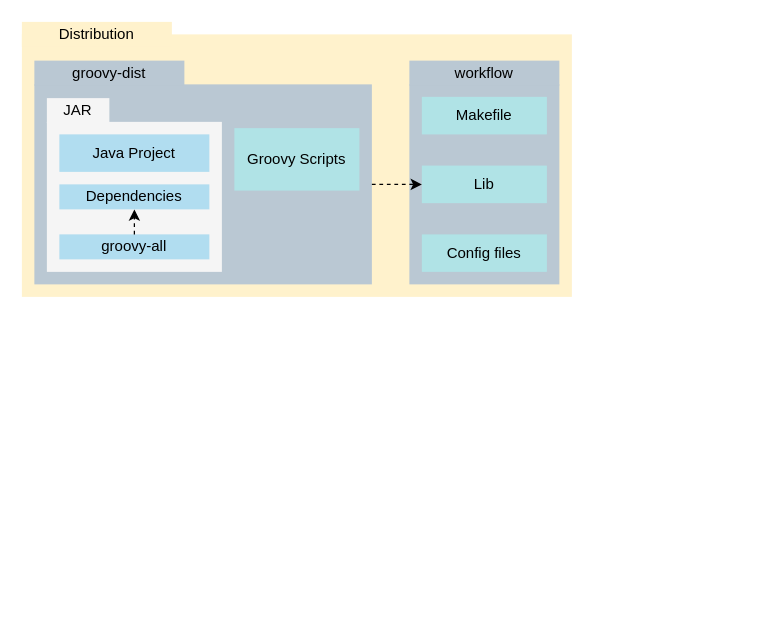
This is docs/src/docs/asciidoc/img/distribution-structure.drawio.xml from culturegraph/culturegraph-workflow, a draw.io file, before an edit. Source tidied: cells renumbered, new cells numbered last; positions are measured from the earlier drawing's top-left corner, leaving out a move shared by most shapes. Both pictures are drawn from the tidied source at 125%, with x=0, y=0 at pixel (21, 21).
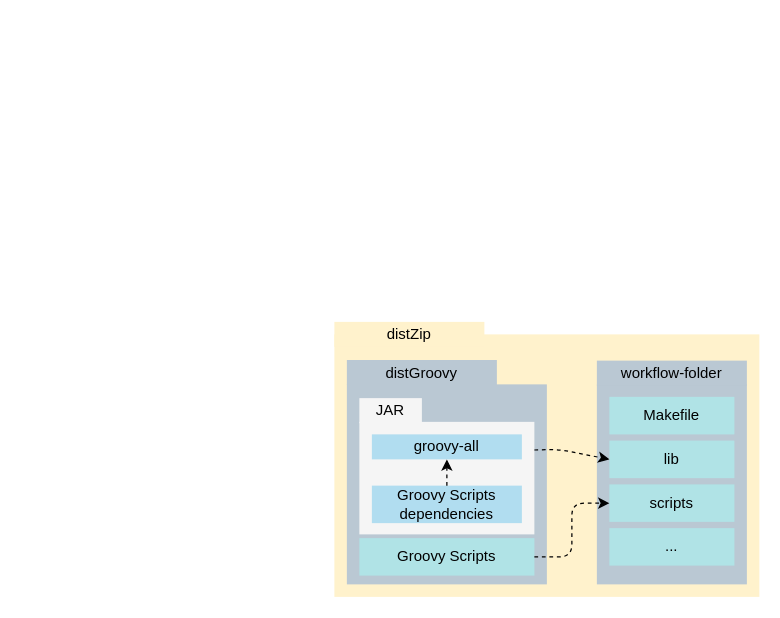
The same diagram, later.

Commit message (it also covers changes not shown here):
Update image 'distribution-structure'

What changed in the source:
```diff
@@
-    <mxCell id="2" style="rounded=0;whiteSpace=wrap;html=1;strokeColor=none;fillColor=#fff2cc;" parent="1" vertex="1">
-      <mxGeometry y="10" width="440" height="210" as="geometry" />
-    </mxCell>
-    <mxCell id="3" style="rounded=0;whiteSpace=wrap;html=1;fillColor=#bac8d3;strokeColor=none;" parent="1" vertex="1">
-      <mxGeometry x="10" y="50" width="270" height="160" as="geometry" />
-    </mxCell>
-    <mxCell id="4" style="rounded=0;whiteSpace=wrap;html=1;fillColor=#F5F5F5;strokeColor=none;fontColor=#333333;" parent="1" vertex="1">
-      <mxGeometry x="20" y="80" width="140" height="120" as="geometry" />
-    </mxCell>
-    <mxCell id="5" value="Java Project" style="rounded=0;whiteSpace=wrap;html=1;fillColor=#b1ddf0;strokeColor=none;" parent="1" vertex="1">
-      <mxGeometry x="30" y="90" width="120" height="30" as="geometry" />
-    </mxCell>
+    <mxCell id="19" style="rounded=0;whiteSpace=wrap;html=1;strokeColor=none;fillColor=#fff2cc;" parent="1" vertex="1">
+      <mxGeometry x="250" y="250" width="340" height="210" as="geometry" />
+    </mxCell>
+    <mxCell id="20" style="rounded=0;whiteSpace=wrap;html=1;fillColor=#bac8d3;strokeColor=none;" parent="1" vertex="1">
+      <mxGeometry x="260" y="290" width="160" height="160" as="geometry" />
+    </mxCell>
     <mxCell id="6" value="Groovy Scripts" style="rounded=0;whiteSpace=wrap;html=1;fillColor=#b0e3e6;strokeColor=none;" parent="1" vertex="1">
-      <mxGeometry x="170" y="85" width="100" height="50" as="geometry" />
+      <mxGeometry x="270" y="413" width="140" height="30" as="geometry" />
     </mxCell>
-    <mxCell id="7" value="Dependencies" style="rounded=0;whiteSpace=wrap;html=1;fillColor=#b1ddf0;strokeColor=none;" parent="1" vertex="1">
-      <mxGeometry x="30" y="130" width="120" height="20" as="geometry" />
-    </mxCell>
+    <mxCell id="21" value="distGroovy" style="rounded=0;whiteSpace=wrap;html=1;fillColor=#BAC8D3;strokeColor=none;" parent="1" vertex="1">
+      <mxGeometry x="260" y="270.5" width="120" height="20" as="geometry" />
+    </mxCell>
+    <mxCell id="22" style="rounded=0;whiteSpace=wrap;html=1;strokeColor=none;fillColor=#BAC8D3;" parent="1" vertex="1">
+      <mxGeometry x="460" y="290" width="120" height="160" as="geometry" />
+    </mxCell>
+    <mxCell id="11" value="Makefile" style="rounded=0;whiteSpace=wrap;html=1;strokeColor=none;fillColor=#b0e3e6;" parent="1" vertex="1">
+      <mxGeometry x="470" y="300" width="100" height="30" as="geometry" />
+    </mxCell>
+    <mxCell id="23" value="lib" style="rounded=0;whiteSpace=wrap;html=1;strokeColor=none;fillColor=#b0e3e6;" parent="1" vertex="1">
+      <mxGeometry x="470" y="335" width="100" height="30" as="geometry" />
+    </mxCell>
+    <mxCell id="24" value="workflow-folder" style="rounded=0;whiteSpace=wrap;html=1;fillColor=#BAC8D3;strokeColor=none;" parent="1" vertex="1">
+      <mxGeometry x="460" y="271" width="120" height="20" as="geometry" />
+    </mxCell>
+    <mxCell id="25" value="distZip" style="rounded=0;whiteSpace=wrap;html=1;strokeColor=none;fillColor=#fff2cc;" parent="1" vertex="1">
+      <mxGeometry x="250" y="240" width="120" height="20" as="geometry" />
+    </mxCell>
+    <mxCell id="26" style="group;" parent="1" vertex="1">
+      <mxGeometry x="270" y="301" width="140" height="109" as="geometry" />
+    </mxCell>
+    <mxCell id="27" style="rounded=0;whiteSpace=wrap;html=1;fillColor=#F5F5F5;strokeColor=none;fontColor=#333333;" parent="26" vertex="1">
+      <mxGeometry y="19" width="140" height="90" as="geometry" />
+    </mxCell>
+    <mxCell id="17" value="groovy-all" style="rounded=0;whiteSpace=wrap;html=1;fillColor=#b1ddf0;strokeColor=none;" parent="26" vertex="1">
+      <mxGeometry x="10" y="29" width="120" height="20" as="geometry" />
+    </mxCell>
-    <mxCell id="8" value="JAR" style="rounded=0;whiteSpace=wrap;html=1;fillColor=#F5F5F5;strokeColor=none;" parent="1" vertex="1">
-      <mxGeometry x="20" y="61" width="50" height="20" as="geometry" />
+    <mxCell id="8" value="JAR" style="rounded=0;whiteSpace=wrap;html=1;fillColor=#F5F5F5;strokeColor=none;" parent="26" vertex="1">
+      <mxGeometry width="50" height="20" as="geometry" />
     </mxCell>
-    <mxCell id="9" value="groovy-dist" style="rounded=0;whiteSpace=wrap;html=1;fillColor=#BAC8D3;strokeColor=none;" parent="1" vertex="1">
-      <mxGeometry x="10" y="31" width="120" height="20" as="geometry" />
-    </mxCell>
-    <mxCell id="10" style="rounded=0;whiteSpace=wrap;html=1;strokeColor=none;fillColor=#BAC8D3;" parent="1" vertex="1">
-      <mxGeometry x="310" y="50" width="120" height="160" as="geometry" />
-    </mxCell>
-    <mxCell id="11" value="Makefile" style="rounded=0;whiteSpace=wrap;html=1;strokeColor=none;fillColor=#b0e3e6;" parent="1" vertex="1">
-      <mxGeometry x="320" y="60" width="100" height="30" as="geometry" />
-    </mxCell>
-    <mxCell id="12" value="Lib" style="rounded=0;whiteSpace=wrap;html=1;strokeColor=none;fillColor=#b0e3e6;" parent="1" vertex="1">
-      <mxGeometry x="320" y="115" width="100" height="30" as="geometry" />
-    </mxCell>
-    <mxCell id="13" value="workflow" style="rounded=0;whiteSpace=wrap;html=1;fillColor=#BAC8D3;strokeColor=none;" parent="1" vertex="1">
-      <mxGeometry x="310" y="31" width="120" height="20" as="geometry" />
-    </mxCell>
-    <mxCell id="14" value="Distribution" style="rounded=0;whiteSpace=wrap;html=1;strokeColor=none;fillColor=#fff2cc;" parent="1" vertex="1">
-      <mxGeometry width="120" height="20" as="geometry" />
-    </mxCell>
-    <mxCell id="15" value="Config files" style="rounded=0;whiteSpace=wrap;html=1;strokeColor=none;fillColor=#b0e3e6;" parent="1" vertex="1">
-      <mxGeometry x="320" y="170" width="100" height="30" as="geometry" />
-    </mxCell>
-    <mxCell id="16" style="endArrow=classic;html=1;dashed=1;exitX=1;exitY=0.5;entryX=0;entryY=0.5;" parent="1" edge="1" source="3" target="12">
-      <mxGeometry relative="1" as="geometry" />
-    </mxCell>
-    <mxCell id="17" value="groovy-all" style="rounded=0;whiteSpace=wrap;html=1;strokeColor=none;fillColor=#b1ddf0;" parent="1" vertex="1">
-      <mxGeometry x="30" y="170" width="120" height="20" as="geometry" />
-    </mxCell>
-    <mxCell id="18" style="endArrow=classic;html=1;exitX=0.5;exitY=0;entryX=0.5;entryY=1;dashed=1;" parent="1" edge="1" source="17" target="7">
-      <mxGeometry relative="1" as="geometry" />
-    </mxCell>
+    <mxCell id="28" value="Groovy Scripts&lt;br&gt;dependencies" style="rounded=0;whiteSpace=wrap;html=1;fillColor=#b1ddf0;strokeColor=none;" parent="26" vertex="1">
+      <mxGeometry x="10" y="70" width="120" height="30" as="geometry" />
+    </mxCell>
+    <mxCell id="29" style="endArrow=classic;dashed=1;html=1;exitX=0.5;exitY=0;entryX=0.5;entryY=1;endFill=1;" parent="26" edge="1" source="28" target="17">
+      <mxGeometry relative="1" as="geometry" />
+    </mxCell>
+    <mxCell id="30" value="scripts" style="rounded=0;whiteSpace=wrap;html=1;strokeColor=none;fillColor=#b0e3e6;" parent="1" vertex="1">
+      <mxGeometry x="470" y="370" width="100" height="30" as="geometry" />
+    </mxCell>
+    <mxCell id="31" value="..." style="rounded=0;whiteSpace=wrap;html=1;strokeColor=none;fillColor=#b0e3e6;" parent="1" vertex="1">
+      <mxGeometry x="470" y="405" width="100" height="30" as="geometry" />
+    </mxCell>
+    <mxCell id="32" style="endArrow=classic;dashed=1;html=1;exitX=1;exitY=0.5;entryX=0;entryY=0.5;endFill=1;" parent="1" edge="1" source="6" target="30">
+      <mxGeometry relative="1" as="geometry">
+        <Array as="points">
+          <mxPoint x="440" y="428" />
+          <mxPoint x="440" y="385" />
+        </Array>
+      </mxGeometry>
+    </mxCell>
+    <mxCell id="33" style="endArrow=classic;dashed=1;html=1;exitX=1;exitY=0.25;entryX=0;entryY=0.5;endFill=1;" parent="1" edge="1" source="27" target="23">
+      <mxGeometry relative="1" as="geometry">
+        <Array as="points">
+          <mxPoint x="430" y="342" />
+        </Array>
+      </mxGeometry>
+    </mxCell>
```
